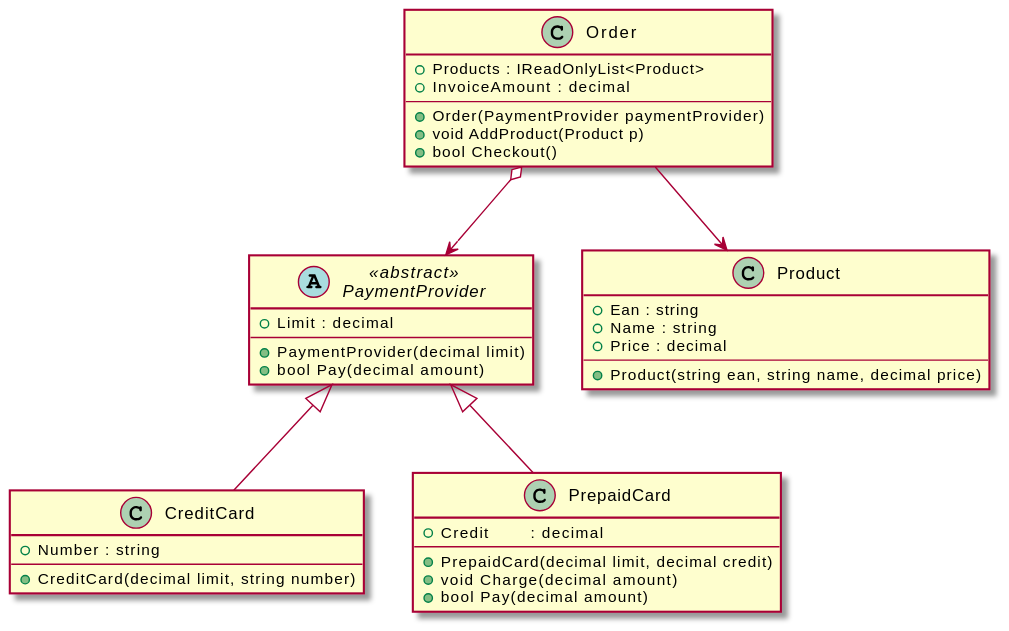
Before: 01 Types/uebung_vererbung_ordermanager.svg, a diagram exported from PlantUML (schletz/Pos3xhif). The source it was exported from:
```plantuml
@startuml
class Product
{
	+Ean : string
	+Name : string
	+Price : decimal
	---
	+Product(string ean, string name, decimal price)
}

abstract class PaymentProvider <<abstract>>
{
	+Limit : decimal
	---
	+PaymentProvider(decimal limit)
	+bool Pay(decimal amount)
}

class CreditCard
{
	+Number : string
	---
	+CreditCard(decimal limit, string number)
}
CreditCard -up-|> PaymentProvider

class PrepaidCard
{
	+Credit	: decimal
	---
	+PrepaidCard(decimal limit, decimal credit)
	+void Charge(decimal amount)
	+bool Pay(decimal amount)
}
PrepaidCard -up-|> PaymentProvider

class Order
{
	+Products : IReadOnlyList<Product>
	+InvoiceAmount : decimal
	---
	+Order(PaymentProvider paymentProvider)
	+void AddProduct(Product p)
	+bool Checkout()
}
Order --> Product
Order o--> PaymentProvider
@enduml
```
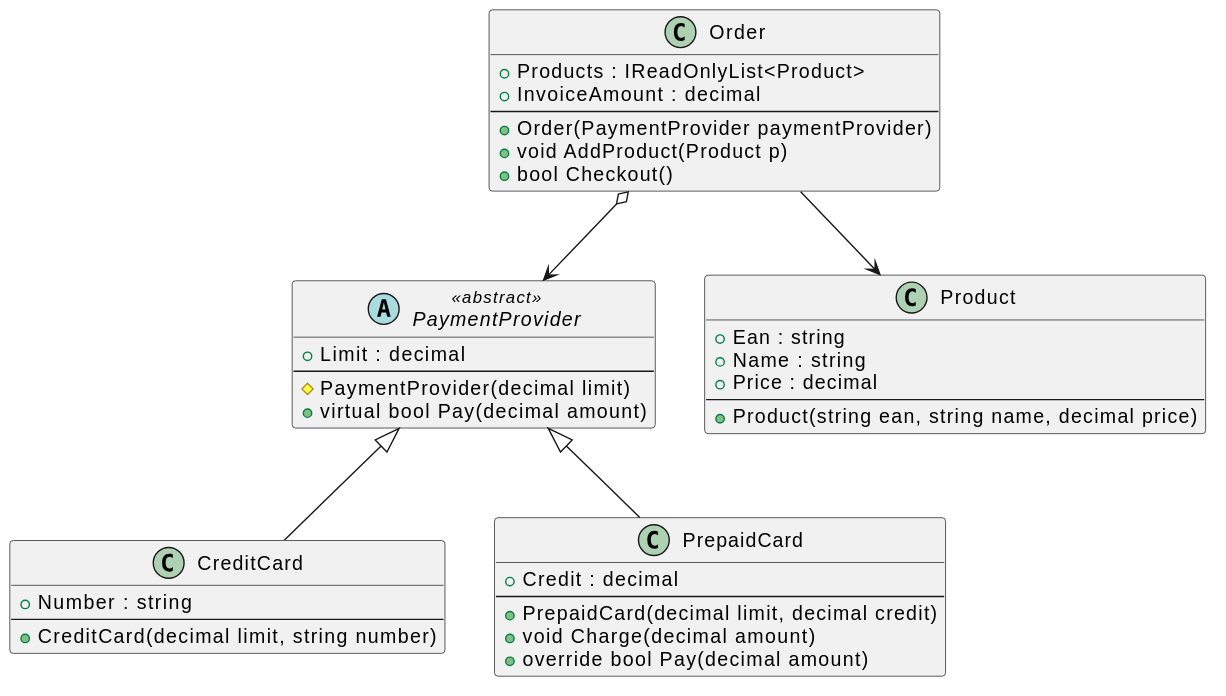
The same file after the commit.

Diff of the diagram source:
```diff
@@ -1,47 +1,47 @@
 @startuml
 class Product
 {
-	+Ean : string
-	+Name : string
-	+Price : decimal
-	---
-	+Product(string ean, string name, decimal price)
+    +Ean : string
+    +Name : string
+    +Price : decimal
+    ---
+    +Product(string ean, string name, decimal price)
 }
 
 abstract class PaymentProvider <<abstract>>
 {
-	+Limit : decimal
-	---
-	+PaymentProvider(decimal limit)
-	+bool Pay(decimal amount)
+    +Limit : decimal
+    ---
+    #PaymentProvider(decimal limit)
+    +virtual bool Pay(decimal amount)
 }
 
 class CreditCard
 {
-	+Number : string
-	---
-	+CreditCard(decimal limit, string number)
+    +Number : string
+    ---
+    +CreditCard(decimal limit, string number)
 }
 CreditCard -up-|> PaymentProvider
 
 class PrepaidCard
 {
-	+Credit	: decimal
-	---
-	+PrepaidCard(decimal limit, decimal credit)
-	+void Charge(decimal amount)
-	+bool Pay(decimal amount)
+    +Credit : decimal
+    ---
+    +PrepaidCard(decimal limit, decimal credit)
+    +void Charge(decimal amount)
+    +override bool Pay(decimal amount)
 }
 PrepaidCard -up-|> PaymentProvider
 
 class Order
 {
-	+Products : IReadOnlyList<Product>
-	+InvoiceAmount : decimal
-	---
-	+Order(PaymentProvider paymentProvider)
-	+void AddProduct(Product p)
-	+bool Checkout()
+    +Products : IReadOnlyList<Product>
+    +InvoiceAmount : decimal
+    ---
+    +Order(PaymentProvider paymentProvider)
+    +void AddProduct(Product p)
+    +bool Checkout()
 }
 Order --> Product
 Order o--> PaymentProvider
```
